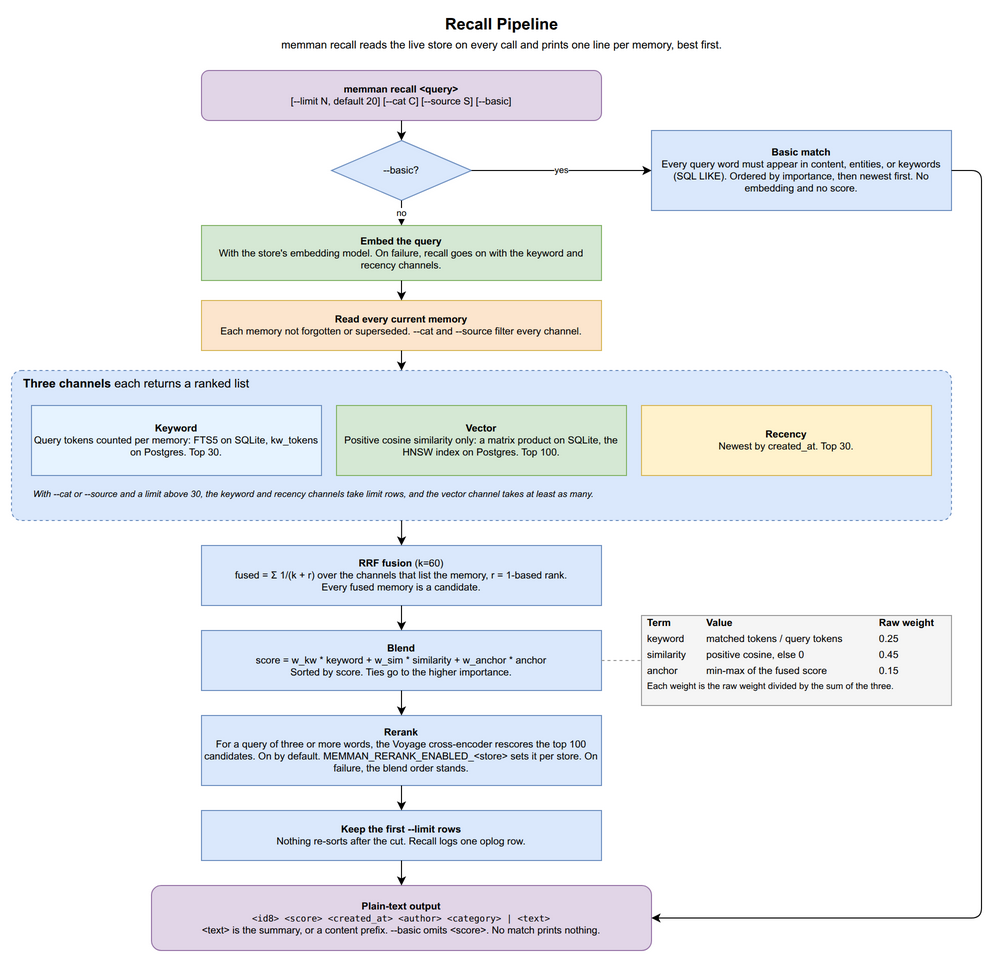
The draw.io diagram docs/diagrams/05-recall-pipeline.drawio.png in bissli/memman, before a commit. Source tidied: cells renumbered, new cells last; positions are measured from the earlier drawing's top-left corner, leaving out a move shared by most shapes. Source of this version:
```xml
<mxGraphModel>
  <root>
    <mxCell id="0" />
    <mxCell id="1" parent="0" />
    <mxCell id="2" value="&lt;b&gt;Recall Pipeline&lt;/b&gt;&lt;br&gt;&lt;font style=&quot;font-size:11px&quot;&gt;memman recall reads the live store on every call and prints one line per memory, best first.&lt;/font&gt;" style="text;html=1;align=center;verticalAlign=middle;fontSize=16;strokeColor=none;fillColor=none;" parent="1" vertex="1">
      <mxGeometry x="140" width="700" height="45" as="geometry" />
    </mxCell>
    <mxCell id="3" value="&lt;b&gt;memman recall &amp;lt;query&amp;gt;&lt;/b&gt;&lt;br&gt;[--limit N, default 20] [--cat C] [--source S] [--basic]" style="rounded=1;whiteSpace=wrap;html=1;fillColor=#e1d5e7;strokeColor=#9673a6;fontSize=10;" parent="1" vertex="1">
      <mxGeometry x="190" y="60" width="400" height="50" as="geometry" />
    </mxCell>
    <mxCell id="4" value="--basic?" style="rhombus;whiteSpace=wrap;html=1;fillColor=#dae8fc;strokeColor=#6c8ebf;fontSize=10;" parent="1" vertex="1">
      <mxGeometry x="320" y="130" width="140" height="60" as="geometry" />
    </mxCell>
    <mxCell id="5" value="&lt;b&gt;Basic match&lt;/b&gt;&lt;br&gt;Every query word must appear in content, entities, or keywords (SQL LIKE). Ordered by importance, then newest first. No embedding and no score." style="rounded=0;whiteSpace=wrap;html=1;fillColor=#dae8fc;strokeColor=#6c8ebf;fontSize=10;" parent="1" vertex="1">
      <mxGeometry x="640" y="120" width="300" height="80" as="geometry" />
    </mxCell>
    <mxCell id="6" value="&lt;b&gt;Embed the query&lt;/b&gt;&lt;br&gt;With the store's embedding model. On failure, recall goes on with the keyword and recency channels." style="rounded=0;whiteSpace=wrap;html=1;fillColor=#d5e8d4;strokeColor=#82b366;fontSize=10;" parent="1" vertex="1">
      <mxGeometry x="190" y="215" width="400" height="55" as="geometry" />
    </mxCell>
    <mxCell id="7" value="&lt;b&gt;Read every current memory&lt;/b&gt;&lt;br&gt;Each memory not forgotten or superseded. --cat and --source filter every channel." style="rounded=0;whiteSpace=wrap;html=1;fillColor=#fce5cd;strokeColor=#d6b656;fontSize=10;" parent="1" vertex="1">
      <mxGeometry x="190" y="290" width="400" height="50" as="geometry" />
    </mxCell>
    <mxCell id="8" value="&lt;b&gt;Three channels&lt;/b&gt;  each returns a ranked list" style="rounded=1;absoluteArcSize=1;arcSize=20;whiteSpace=wrap;html=1;fillColor=#dae8fc;strokeColor=#6c8ebf;verticalAlign=top;fontSize=12;align=left;spacingLeft=10;dashed=1;" parent="1" vertex="1">
      <mxGeometry y="360" width="940" height="150" as="geometry" />
    </mxCell>
    <mxCell id="9" value="&lt;b&gt;Keyword&lt;/b&gt;&lt;br&gt;Query tokens counted per memory: FTS5 on SQLite, kw_tokens on Postgres. Top 30." style="rounded=0;whiteSpace=wrap;html=1;fillColor=#E6F3FF;strokeColor=#6c8ebf;fontSize=10;" parent="1" vertex="1">
      <mxGeometry x="20" y="395" width="290" height="70" as="geometry" />
    </mxCell>
    <mxCell id="10" value="&lt;b&gt;Vector&lt;/b&gt;&lt;br&gt;Positive cosine similarity only: a matrix product on SQLite, the HNSW index on Postgres. Top 100." style="rounded=0;whiteSpace=wrap;html=1;fillColor=#d5e8d4;strokeColor=#82b366;fontSize=10;" parent="1" vertex="1">
      <mxGeometry x="325" y="395" width="290" height="70" as="geometry" />
    </mxCell>
    <mxCell id="11" value="&lt;b&gt;Recency&lt;/b&gt;&lt;br&gt;Newest by created_at. Top 30." style="rounded=0;whiteSpace=wrap;html=1;fillColor=#fff2cc;strokeColor=#d6b656;fontSize=10;" parent="1" vertex="1">
      <mxGeometry x="630" y="395" width="290" height="70" as="geometry" />
    </mxCell>
    <mxCell id="12" value="With --cat or --source and a limit above 30, the keyword and recency channels take limit rows, and the vector channel takes at least as many." style="text;html=1;whiteSpace=wrap;align=left;fontSize=9;fontStyle=2;fillColor=none;strokeColor=none;" parent="1" vertex="1">
      <mxGeometry x="20" y="472" width="900" height="30" as="geometry" />
    </mxCell>
    <mxCell id="13" value="&lt;b&gt;RRF fusion&lt;/b&gt; (k=60)&lt;br&gt;fused = Σ 1/(k + r) over the channels that list the memory, r = 1-based rank.&lt;br&gt;Every fused memory is a candidate." style="rounded=0;whiteSpace=wrap;html=1;fillColor=#dae8fc;strokeColor=#6c8ebf;fontSize=10;" parent="1" vertex="1">
      <mxGeometry x="190" y="535" width="400" height="60" as="geometry" />
    </mxCell>
    <mxCell id="14" value="&lt;b&gt;Blend&lt;/b&gt;&lt;br&gt;score = w_kw * keyword + w_sim * similarity + w_anchor * anchor&lt;br&gt;Sorted by score. Ties go to the higher importance." style="rounded=0;whiteSpace=wrap;html=1;fillColor=#dae8fc;strokeColor=#6c8ebf;fontSize=10;" parent="1" vertex="1">
      <mxGeometry x="190" y="620" width="400" height="60" as="geometry" />
    </mxCell>
    <mxCell id="15" value="&lt;table style=&quot;font-size:10px; border-collapse:collapse; width:100%&quot;&gt;&lt;tr style=&quot;font-weight:bold;&quot;&gt;&lt;td style=&quot;padding:2px 6px;&quot;&gt;Term&lt;/td&gt;&lt;td style=&quot;padding:2px 6px;&quot;&gt;Value&lt;/td&gt;&lt;td style=&quot;padding:2px 6px;&quot;&gt;Raw weight&lt;/td&gt;&lt;/tr&gt;&lt;tr&gt;&lt;td style=&quot;padding:2px 6px;&quot;&gt;keyword&lt;/td&gt;&lt;td style=&quot;padding:2px 6px;&quot;&gt;matched tokens / query tokens&lt;/td&gt;&lt;td style=&quot;padding:2px 6px;&quot;&gt;0.25&lt;/td&gt;&lt;/tr&gt;&lt;tr&gt;&lt;td style=&quot;padding:2px 6px;&quot;&gt;similarity&lt;/td&gt;&lt;td style=&quot;padding:2px 6px;&quot;&gt;positive cosine, else 0&lt;/td&gt;&lt;td style=&quot;padding:2px 6px;&quot;&gt;0.45&lt;/td&gt;&lt;/tr&gt;&lt;tr&gt;&lt;td style=&quot;padding:2px 6px;&quot;&gt;anchor&lt;/td&gt;&lt;td style=&quot;padding:2px 6px;&quot;&gt;min-max of the fused score&lt;/td&gt;&lt;td style=&quot;padding:2px 6px;&quot;&gt;0.15&lt;/td&gt;&lt;/tr&gt;&lt;/table&gt;&lt;div style=&quot;font-size:9px; padding:2px 6px;&quot;&gt;Each weight is the raw weight divided by the sum of the three.&lt;/div&gt;" style="rounded=0;whiteSpace=wrap;html=1;fillColor=#f5f5f5;strokeColor=#999999;overflow=fill;verticalAlign=top;align=left;" parent="1" vertex="1">
      <mxGeometry x="630" y="605" width="310" height="90" as="geometry" />
    </mxCell>
    <mxCell id="16" value="&lt;b&gt;Rerank&lt;/b&gt;&lt;br&gt;For a query of three or more words, the Voyage cross-encoder rescores the top 100 candidates. On by default. MEMMAN_RERANK_ENABLED_&amp;lt;store&amp;gt; sets it per store. On failure, the blend order stands." style="rounded=0;whiteSpace=wrap;html=1;fillColor=#dae8fc;strokeColor=#6c8ebf;fontSize=10;" parent="1" vertex="1">
      <mxGeometry x="190" y="705" width="400" height="70" as="geometry" />
    </mxCell>
    <mxCell id="17" value="&lt;b&gt;Keep the first --limit rows&lt;/b&gt;&lt;br&gt;Nothing re-sorts after the cut. Recall logs one oplog row." style="rounded=0;whiteSpace=wrap;html=1;fillColor=#dae8fc;strokeColor=#6c8ebf;fontSize=10;" parent="1" vertex="1">
      <mxGeometry x="190" y="800" width="400" height="50" as="geometry" />
    </mxCell>
    <mxCell id="18" value="&lt;b&gt;Plain-text output&lt;/b&gt;&lt;br&gt;&lt;font style=&quot;font-family:monospace;font-size:9px&quot;&gt;&amp;lt;id8&amp;gt; &amp;lt;score&amp;gt; &amp;lt;created_at&amp;gt; &amp;lt;author&amp;gt; &amp;lt;category&amp;gt; | &amp;lt;text&amp;gt;&lt;/font&gt;&lt;br&gt;&amp;lt;text&amp;gt; is the summary, or a content prefix. --basic omits &amp;lt;score&amp;gt;. No match prints nothing." style="rounded=1;whiteSpace=wrap;html=1;fillColor=#e1d5e7;strokeColor=#9673a6;fontSize=10;" parent="1" vertex="1">
      <mxGeometry x="140" y="875" width="500" height="65" as="geometry" />
    </mxCell>
    <mxCell id="19" style="edgeStyle=orthogonalEdgeStyle;rounded=1;html=1;" parent="1" edge="1" source="3" target="4">
      <mxGeometry relative="1" as="geometry" />
    </mxCell>
    <mxCell id="20" value="yes" style="edgeStyle=orthogonalEdgeStyle;rounded=1;html=1;fontSize=9;labelBackgroundColor=#ffffff;" parent="1" edge="1" source="4" target="5">
      <mxGeometry relative="1" as="geometry" />
    </mxCell>
    <mxCell id="21" value="no" style="edgeStyle=orthogonalEdgeStyle;rounded=1;html=1;fontSize=9;labelBackgroundColor=#ffffff;" parent="1" edge="1" source="4" target="6">
      <mxGeometry relative="1" as="geometry" />
    </mxCell>
    <mxCell id="22" style="edgeStyle=orthogonalEdgeStyle;rounded=1;html=1;" parent="1" edge="1" source="6" target="7">
      <mxGeometry relative="1" as="geometry" />
    </mxCell>
    <mxCell id="23" style="edgeStyle=orthogonalEdgeStyle;rounded=1;html=1;entryX=0.415;entryY=0;entryDx=0;entryDy=0;" parent="1" edge="1" source="7" target="8">
      <mxGeometry relative="1" as="geometry" />
    </mxCell>
    <mxCell id="24" style="edgeStyle=orthogonalEdgeStyle;rounded=1;html=1;exitX=0.415;exitY=1;exitDx=0;exitDy=0;" parent="1" edge="1" source="8" target="13">
      <mxGeometry relative="1" as="geometry" />
    </mxCell>
    <mxCell id="25" style="edgeStyle=orthogonalEdgeStyle;rounded=1;html=1;" parent="1" edge="1" source="13" target="14">
      <mxGeometry relative="1" as="geometry" />
    </mxCell>
    <mxCell id="26" style="edgeStyle=orthogonalEdgeStyle;rounded=1;html=1;dashed=1;strokeColor=#999999;endArrow=none;" parent="1" edge="1" source="14" target="15">
      <mxGeometry relative="1" as="geometry" />
    </mxCell>
    <mxCell id="27" style="edgeStyle=orthogonalEdgeStyle;rounded=1;html=1;" parent="1" edge="1" source="14" target="16">
      <mxGeometry relative="1" as="geometry" />
    </mxCell>
    <mxCell id="28" style="edgeStyle=orthogonalEdgeStyle;rounded=1;html=1;" parent="1" edge="1" source="16" target="17">
      <mxGeometry relative="1" as="geometry" />
    </mxCell>
    <mxCell id="29" style="edgeStyle=orthogonalEdgeStyle;rounded=1;html=1;" parent="1" edge="1" source="17" target="18">
      <mxGeometry relative="1" as="geometry" />
    </mxCell>
    <mxCell id="30" style="edgeStyle=orthogonalEdgeStyle;rounded=1;html=1;exitX=1;exitY=0.5;exitDx=0;exitDy=0;entryX=1;entryY=0.5;entryDx=0;entryDy=0;" parent="1" edge="1" source="5" target="18">
      <mxGeometry relative="1" as="geometry">
        <Array as="points">
          <mxPoint x="970" y="160" />
          <mxPoint x="970" y="908" />
        </Array>
      </mxGeometry>
    </mxCell>
  </root>
</mxGraphModel>
```
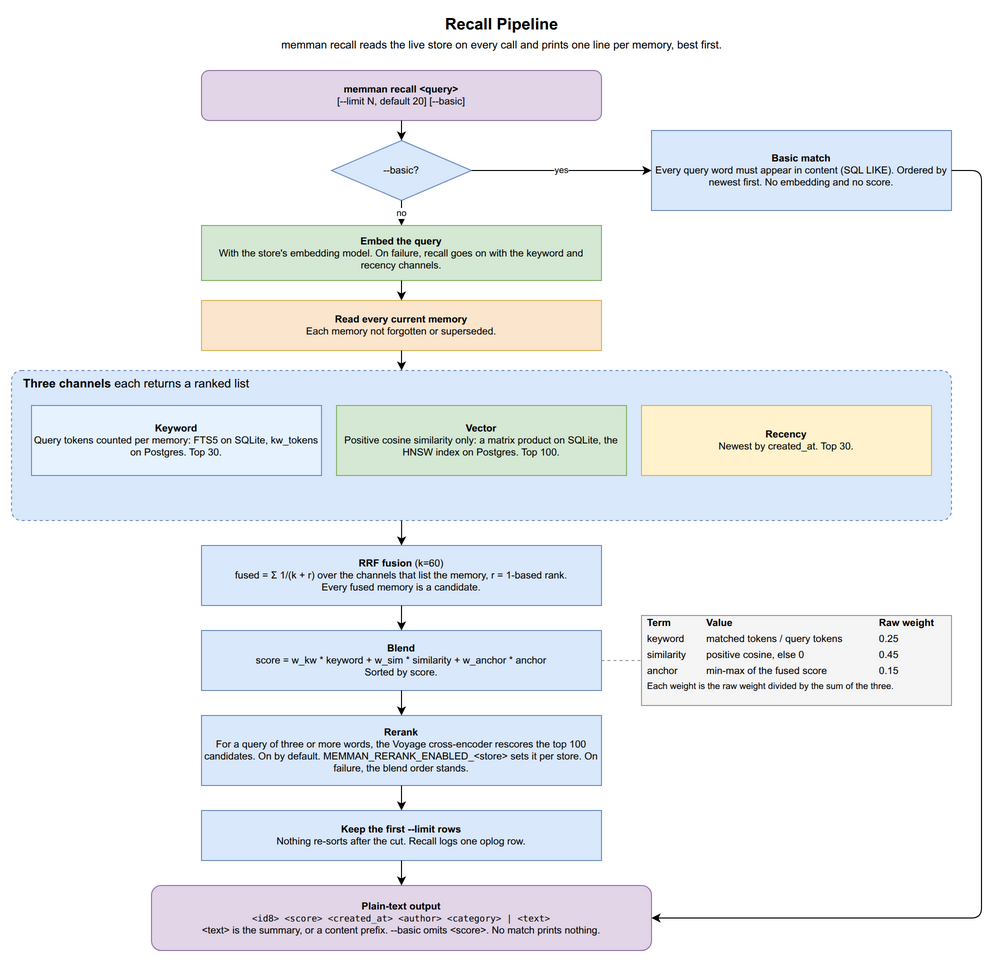
Above is the later version.

The edit, as a diff of the source:
```diff
@@ -5,19 +5,19 @@
     <mxCell id="2" value="&lt;b&gt;Recall Pipeline&lt;/b&gt;&lt;br&gt;&lt;font style=&quot;font-size:11px&quot;&gt;memman recall reads the live store on every call and prints one line per memory, best first.&lt;/font&gt;" style="text;html=1;align=center;verticalAlign=middle;fontSize=16;strokeColor=none;fillColor=none;" parent="1" vertex="1">
       <mxGeometry x="140" width="700" height="45" as="geometry" />
     </mxCell>
-    <mxCell id="3" value="&lt;b&gt;memman recall &amp;lt;query&amp;gt;&lt;/b&gt;&lt;br&gt;[--limit N, default 20] [--cat C] [--source S] [--basic]" style="rounded=1;whiteSpace=wrap;html=1;fillColor=#e1d5e7;strokeColor=#9673a6;fontSize=10;" parent="1" vertex="1">
+    <mxCell id="3" value="&lt;b&gt;memman recall &amp;lt;query&amp;gt;&lt;/b&gt;&lt;br&gt;[--limit N, default 20] [--basic]" style="rounded=1;whiteSpace=wrap;html=1;fillColor=#e1d5e7;strokeColor=#9673a6;fontSize=10;" parent="1" vertex="1">
       <mxGeometry x="190" y="60" width="400" height="50" as="geometry" />
     </mxCell>
     <mxCell id="4" value="--basic?" style="rhombus;whiteSpace=wrap;html=1;fillColor=#dae8fc;strokeColor=#6c8ebf;fontSize=10;" parent="1" vertex="1">
       <mxGeometry x="320" y="130" width="140" height="60" as="geometry" />
     </mxCell>
-    <mxCell id="5" value="&lt;b&gt;Basic match&lt;/b&gt;&lt;br&gt;Every query word must appear in content, entities, or keywords (SQL LIKE). Ordered by importance, then newest first. No embedding and no score." style="rounded=0;whiteSpace=wrap;html=1;fillColor=#dae8fc;strokeColor=#6c8ebf;fontSize=10;" parent="1" vertex="1">
+    <mxCell id="5" value="&lt;b&gt;Basic match&lt;/b&gt;&lt;br&gt;Every query word must appear in content (SQL LIKE). Ordered by newest first. No embedding and no score." style="rounded=0;whiteSpace=wrap;html=1;fillColor=#dae8fc;strokeColor=#6c8ebf;fontSize=10;" parent="1" vertex="1">
       <mxGeometry x="640" y="120" width="300" height="80" as="geometry" />
     </mxCell>
     <mxCell id="6" value="&lt;b&gt;Embed the query&lt;/b&gt;&lt;br&gt;With the store's embedding model. On failure, recall goes on with the keyword and recency channels." style="rounded=0;whiteSpace=wrap;html=1;fillColor=#d5e8d4;strokeColor=#82b366;fontSize=10;" parent="1" vertex="1">
       <mxGeometry x="190" y="215" width="400" height="55" as="geometry" />
     </mxCell>
-    <mxCell id="7" value="&lt;b&gt;Read every current memory&lt;/b&gt;&lt;br&gt;Each memory not forgotten or superseded. --cat and --source filter every channel." style="rounded=0;whiteSpace=wrap;html=1;fillColor=#fce5cd;strokeColor=#d6b656;fontSize=10;" parent="1" vertex="1">
+    <mxCell id="7" value="&lt;b&gt;Read every current memory&lt;/b&gt;&lt;br&gt;Each memory not forgotten or superseded." style="rounded=0;whiteSpace=wrap;html=1;fillColor=#fce5cd;strokeColor=#d6b656;fontSize=10;" parent="1" vertex="1">
       <mxGeometry x="190" y="290" width="400" height="50" as="geometry" />
     </mxCell>
     <mxCell id="8" value="&lt;b&gt;Three channels&lt;/b&gt;  each returns a ranked list" style="rounded=1;absoluteArcSize=1;arcSize=20;whiteSpace=wrap;html=1;fillColor=#dae8fc;strokeColor=#6c8ebf;verticalAlign=top;fontSize=12;align=left;spacingLeft=10;dashed=1;" parent="1" vertex="1">
@@ -32,13 +32,10 @@
     <mxCell id="11" value="&lt;b&gt;Recency&lt;/b&gt;&lt;br&gt;Newest by created_at. Top 30." style="rounded=0;whiteSpace=wrap;html=1;fillColor=#fff2cc;strokeColor=#d6b656;fontSize=10;" parent="1" vertex="1">
       <mxGeometry x="630" y="395" width="290" height="70" as="geometry" />
     </mxCell>
-    <mxCell id="12" value="With --cat or --source and a limit above 30, the keyword and recency channels take limit rows, and the vector channel takes at least as many." style="text;html=1;whiteSpace=wrap;align=left;fontSize=9;fontStyle=2;fillColor=none;strokeColor=none;" parent="1" vertex="1">
-      <mxGeometry x="20" y="472" width="900" height="30" as="geometry" />
-    </mxCell>
     <mxCell id="13" value="&lt;b&gt;RRF fusion&lt;/b&gt; (k=60)&lt;br&gt;fused = Σ 1/(k + r) over the channels that list the memory, r = 1-based rank.&lt;br&gt;Every fused memory is a candidate." style="rounded=0;whiteSpace=wrap;html=1;fillColor=#dae8fc;strokeColor=#6c8ebf;fontSize=10;" parent="1" vertex="1">
       <mxGeometry x="190" y="535" width="400" height="60" as="geometry" />
     </mxCell>
-    <mxCell id="14" value="&lt;b&gt;Blend&lt;/b&gt;&lt;br&gt;score = w_kw * keyword + w_sim * similarity + w_anchor * anchor&lt;br&gt;Sorted by score. Ties go to the higher importance." style="rounded=0;whiteSpace=wrap;html=1;fillColor=#dae8fc;strokeColor=#6c8ebf;fontSize=10;" parent="1" vertex="1">
+    <mxCell id="14" value="&lt;b&gt;Blend&lt;/b&gt;&lt;br&gt;score = w_kw * keyword + w_sim * similarity + w_anchor * anchor&lt;br&gt;Sorted by score." style="rounded=0;whiteSpace=wrap;html=1;fillColor=#dae8fc;strokeColor=#6c8ebf;fontSize=10;" parent="1" vertex="1">
       <mxGeometry x="190" y="620" width="400" height="60" as="geometry" />
     </mxCell>
     <mxCell id="15" value="&lt;table style=&quot;font-size:10px; border-collapse:collapse; width:100%&quot;&gt;&lt;tr style=&quot;font-weight:bold;&quot;&gt;&lt;td style=&quot;padding:2px 6px;&quot;&gt;Term&lt;/td&gt;&lt;td style=&quot;padding:2px 6px;&quot;&gt;Value&lt;/td&gt;&lt;td style=&quot;padding:2px 6px;&quot;&gt;Raw weight&lt;/td&gt;&lt;/tr&gt;&lt;tr&gt;&lt;td style=&quot;padding:2px 6px;&quot;&gt;keyword&lt;/td&gt;&lt;td style=&quot;padding:2px 6px;&quot;&gt;matched tokens / query tokens&lt;/td&gt;&lt;td style=&quot;padding:2px 6px;&quot;&gt;0.25&lt;/td&gt;&lt;/tr&gt;&lt;tr&gt;&lt;td style=&quot;padding:2px 6px;&quot;&gt;similarity&lt;/td&gt;&lt;td style=&quot;padding:2px 6px;&quot;&gt;positive cosine, else 0&lt;/td&gt;&lt;td style=&quot;padding:2px 6px;&quot;&gt;0.45&lt;/td&gt;&lt;/tr&gt;&lt;tr&gt;&lt;td style=&quot;padding:2px 6px;&quot;&gt;anchor&lt;/td&gt;&lt;td style=&quot;padding:2px 6px;&quot;&gt;min-max of the fused score&lt;/td&gt;&lt;td style=&quot;padding:2px 6px;&quot;&gt;0.15&lt;/td&gt;&lt;/tr&gt;&lt;/table&gt;&lt;div style=&quot;font-size:9px; padding:2px 6px;&quot;&gt;Each weight is the raw weight divided by the sum of the three.&lt;/div&gt;" style="rounded=0;whiteSpace=wrap;html=1;fillColor=#f5f5f5;strokeColor=#999999;overflow=fill;verticalAlign=top;align=left;" parent="1" vertex="1">
```
